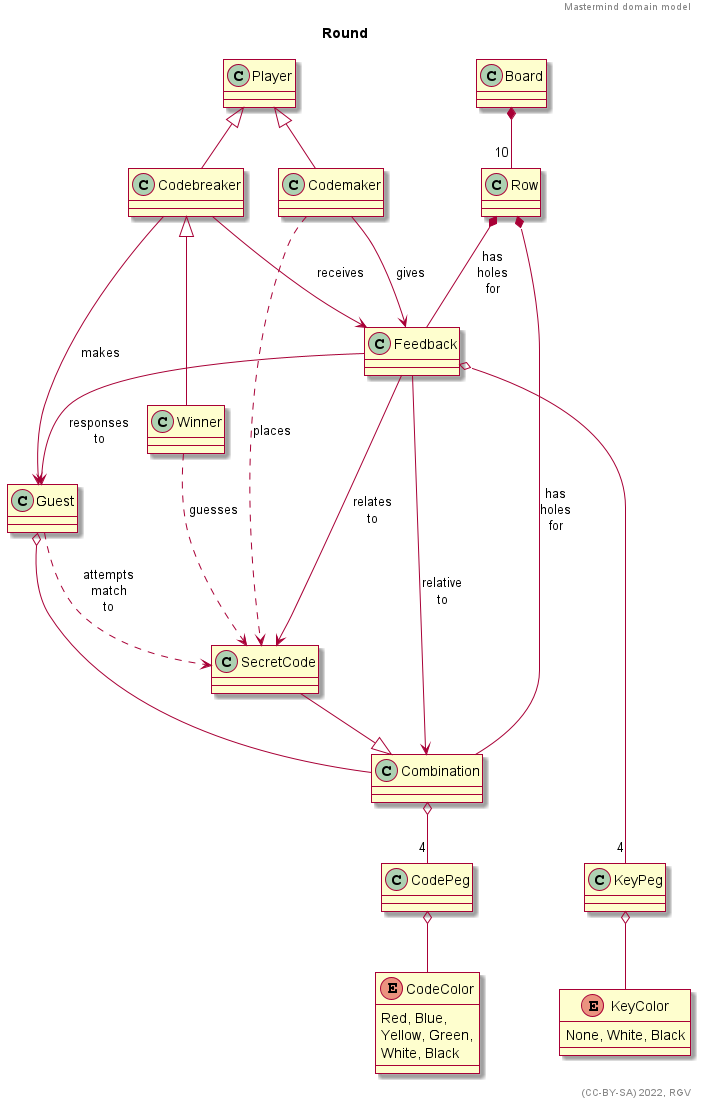
Before: Assets/Documentation~/DomainModel-Round.png, a diagram exported from PlantUML (RicardoGuzmanVelasco/Kalendra.Mastermind).
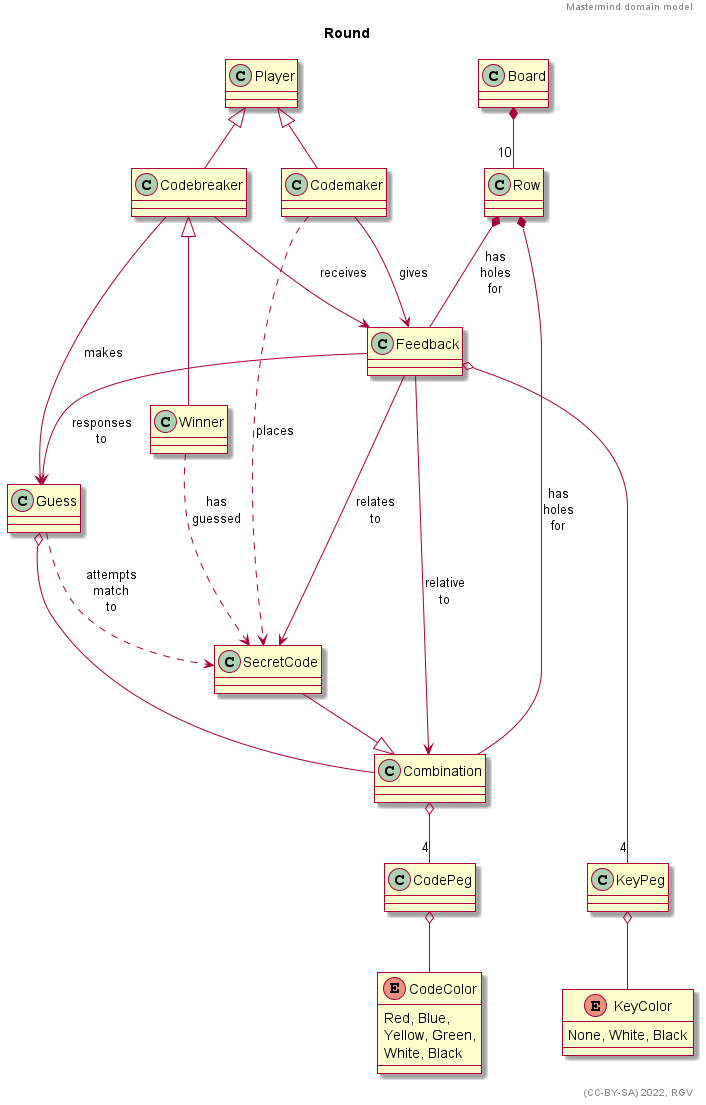
After the change.

Change to the diagram source:
```diff
@@ -5,7 +5,7 @@
 title Round
 right footer (CC-BY-SA) 2022, RGV
 
-class Guest
+class Guess
 class Feedback
 class SecretCode
 class Winner
@@ -30,10 +30,10 @@
 Combination o-- "4" CodePeg
 CodePeg o-- CodeColor
 
-Winner ..> SecretCode : guesses
+Winner ..> SecretCode : has\nguessed
 Codemaker ..> SecretCode : places
-Codebreaker --> Guest : makes
-Guest ..> SecretCode : attempts\nmatch\nto
+Codebreaker --> Guess : makes
+Guess ..> SecretCode : attempts\nmatch\nto
 
 Winner -u-|> Codebreaker
 Codebreaker -u-|> Player
@@ -51,8 +51,8 @@
 Feedback --> SecretCode : relates\nto
 Feedback --> Combination : relative\nto
 
-Guest o-- Combination
-Feedback --> Guest : responses\nto
+Guess o-- Combination
+Feedback --> Guess : responses\nto
 
 
 @enduml
```
